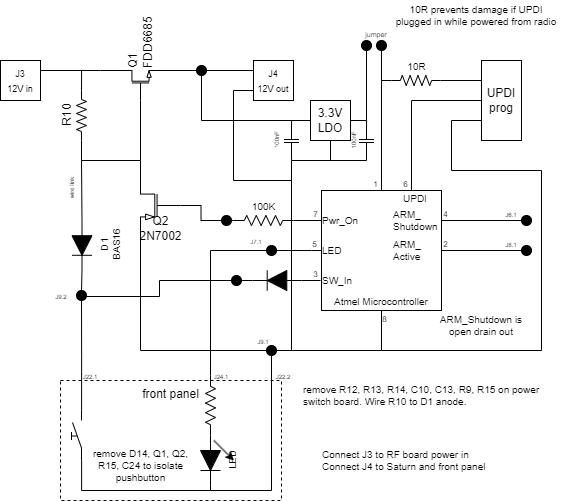
Above: documentation/power manager simple schematic.png in laurencebarker/Saturn-power-manager (draw.io), before the change. Source tidied: cells renumbered, new cells last; positions are measured from the earlier drawing's top-left corner, leaving out a move shared by most shapes.
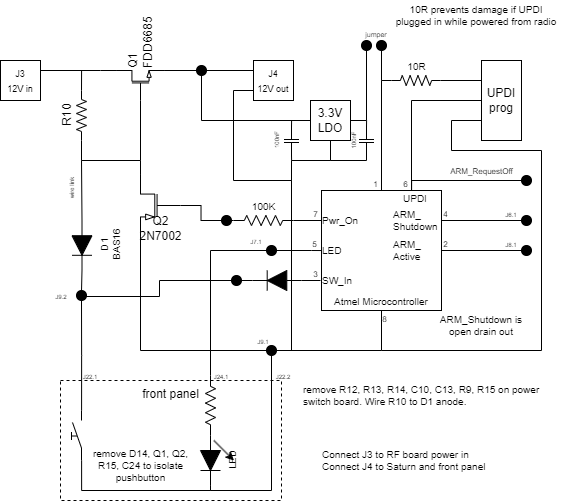
The same file after the commit.

Diff of the diagram source:
```diff
@@ -172,8 +172,8 @@
         <mxPoint x="381" y="350" as="targetPoint" />
         <Array as="points">
           <mxPoint x="451" y="120" />
-          <mxPoint x="451" y="170" />
-          <mxPoint x="541" y="170" />
+          <mxPoint x="451" y="150" />
+          <mxPoint x="541" y="150" />
           <mxPoint x="541" y="350" />
         </Array>
       </mxGeometry>
@@ -392,5 +392,15 @@
     <mxCell id="97" value="wire link" style="text;html=1;strokeColor=none;fillColor=none;align=center;verticalAlign=middle;whiteSpace=wrap;rounded=0;fontSize=6;rotation=-90;" parent="1" vertex="1">
       <mxGeometry x="51" y="180" width="40" height="15" as="geometry" />
     </mxCell>
+    <mxCell id="98" value="&lt;font style=&quot;font-size: 8px;&quot;&gt;ARM_RequestOff&lt;/font&gt;" style="edgeStyle=orthogonalEdgeStyle;rounded=0;jettySize=auto;html=1;exitX=0;exitY=0.5;exitDx=0;exitDy=0;entryX=0.353;entryY=0.003;entryDx=0;entryDy=0;entryPerimeter=0;endArrow=none;endFill=0;" parent="1" edge="1" source="99" target="56">
+      <mxGeometry x="-0.33" y="-10" relative="1" as="geometry">
+        <Array as="points">
+          <mxPoint x="411" y="180" />
+        </Array>
+      </mxGeometry>
+    </mxCell>
+    <mxCell id="99" style="ellipse;whiteSpace=wrap;html=1;fillColor=#000000;" parent="1" vertex="1">
+      <mxGeometry x="521" y="175" width="10" height="10" as="geometry" />
+    </mxCell>
   </root>
 </mxGraphModel>
```
